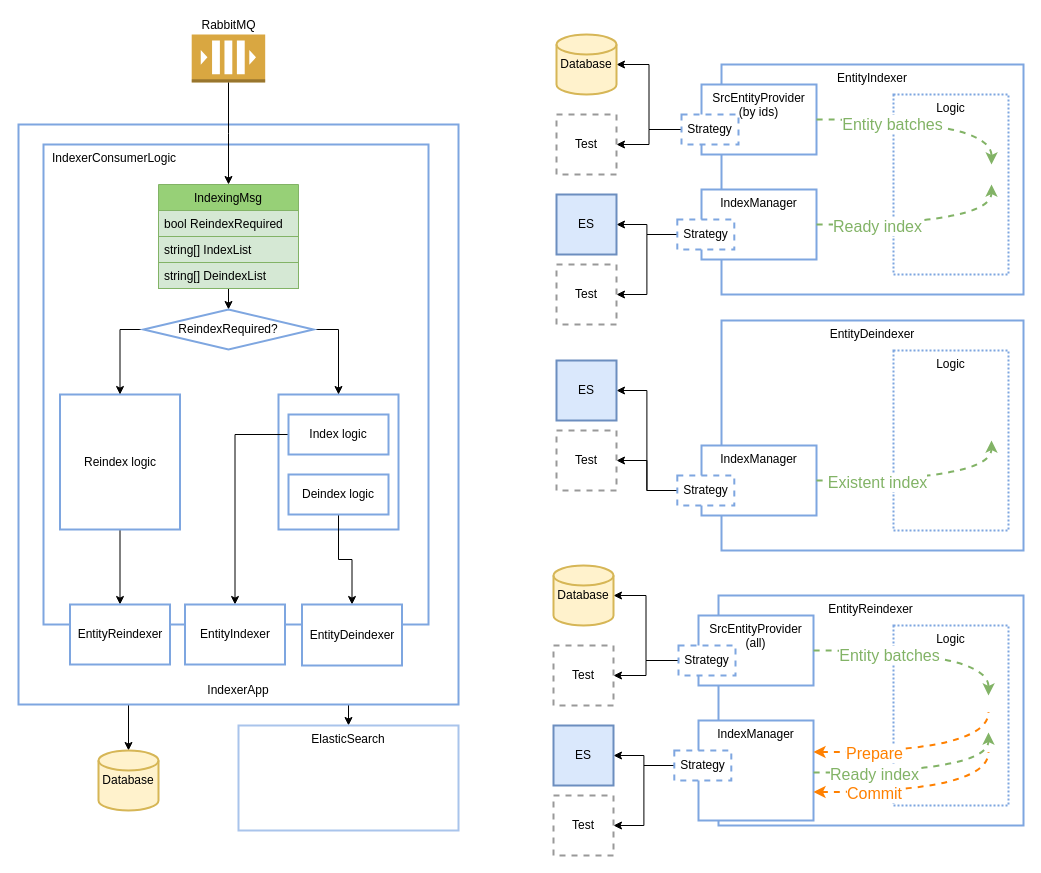
Earlier version of the draw.io diagram page "inside" (4 of 4) of doc/indexer-app.drawio (ozzy-ext-mylab/indexer-app). Source tidied: cells renumbered, new cells numbered last; positions are measured from the earlier drawing's top-left corner, leaving out a move shared by most shapes. Both pictures are drawn from the tidied source at 100%, with x=0, y=0 at pixel (18, 34).
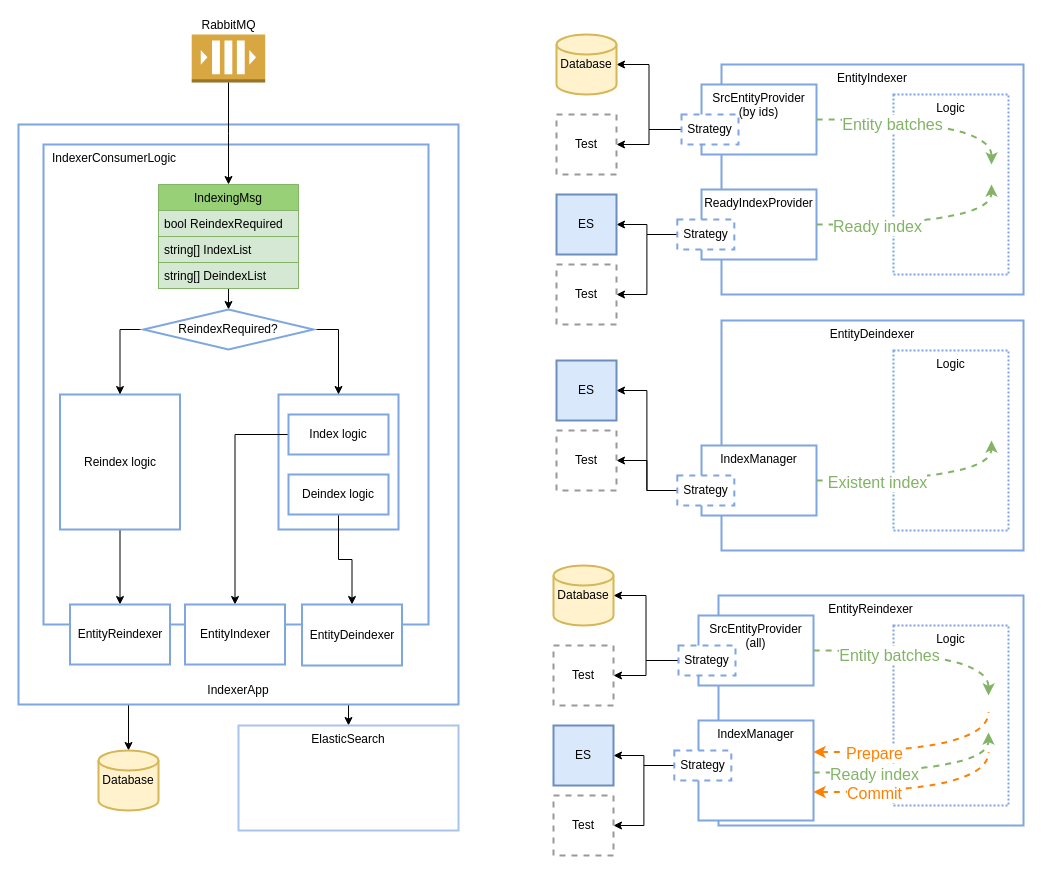
The same page after the edit.

Commit message (it also covers changes not shown here):
Implement ReadyIndexProvider

The edit, as a diff of the source:
```diff
@@
-    <mxCell id="26" value="IndexManager" style="rounded=0;whiteSpace=wrap;html=1;align=center;verticalAlign=top;strokeColor=#7EA6E0;strokeWidth=2;" parent="1" vertex="1">
+    <mxCell id="26" value="ReadyIndexProvider" style="rounded=0;whiteSpace=wrap;html=1;align=center;verticalAlign=top;strokeColor=#7EA6E0;strokeWidth=2;" parent="1" vertex="1">
       <mxGeometry x="683" y="155" width="115" height="70" as="geometry" />
     </mxCell>
```
